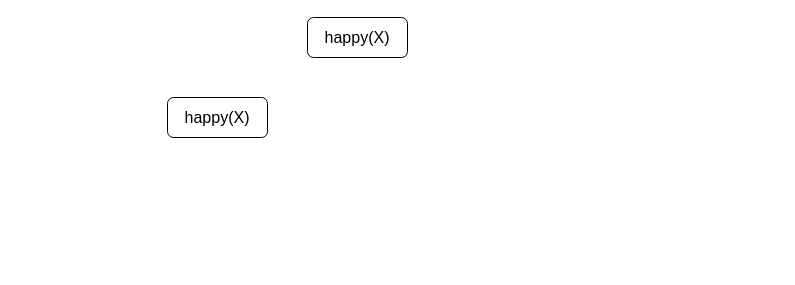
Zhang-Liao/draw-io keeps this draw.io diagram as aleph.drawio. Above is the earlier version. Source tidied: cells renumbered, new cells numbered last; positions are measured from the earlier drawing's top-left corner, leaving out a move shared by most shapes. Both pictures are drawn from the tidied source at 100%, with x=0, y=0 at pixel (167, 17).
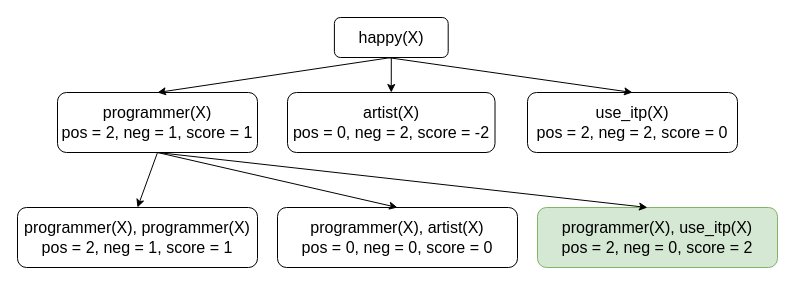
The same diagram, later.

The edit, as a diff of the source:
```diff
@@
 <mxGraphModel>
   <root>
     <mxCell id="0" />
     <mxCell id="1" parent="0" />
     <mxCell id="2" value="&lt;font style=&quot;font-size: 16px;&quot;&gt;happy(X)&lt;/font&gt;" style="rounded=1;whiteSpace=wrap;html=1;" parent="1" vertex="1">
-      <mxGeometry x="140" width="100" height="40" as="geometry" />
+      <mxGeometry x="166.9" width="113.8" height="40" as="geometry" />
     </mxCell>
-    <mxCell id="3" value="&lt;font style=&quot;font-size: 16px;&quot;&gt;happy(X)&lt;/font&gt;" style="rounded=1;whiteSpace=wrap;html=1;" parent="1" vertex="1">
-      <mxGeometry y="80" width="100" height="40" as="geometry" />
+    <mxCell id="3" value="&lt;font style=&quot;font-size: 16px;&quot;&gt;programmer(X)&lt;/font&gt;&lt;div&gt;&lt;font style=&quot;font-size: 16px;&quot;&gt;pos = 2, neg = 1, score = 1&lt;/font&gt;&lt;/div&gt;" style="rounded=1;whiteSpace=wrap;html=1;" parent="1" vertex="1">
+      <mxGeometry x="-110" y="75" width="200" height="60" as="geometry" />
     </mxCell>
+    <mxCell id="4" value="&lt;font style=&quot;font-size: 16px;&quot;&gt;artist(X)&lt;/font&gt;&lt;div&gt;&lt;font style=&quot;font-size: 16px;&quot;&gt;pos = 0, neg = 2, score = -2&lt;/font&gt;&lt;/div&gt;" style="rounded=1;whiteSpace=wrap;html=1;" parent="1" vertex="1">
+      <mxGeometry x="120" y="75" width="207.5" height="60" as="geometry" />
+    </mxCell>
+    <mxCell id="5" value="&lt;font style=&quot;font-size: 16px;&quot;&gt;use_itp(X)&lt;/font&gt;&lt;div&gt;&lt;font style=&quot;font-size: 16px;&quot;&gt;pos = 2, neg = 2, score = 0&lt;/font&gt;&lt;/div&gt;" style="rounded=1;whiteSpace=wrap;html=1;" parent="1" vertex="1">
+      <mxGeometry x="360" y="75" width="210" height="60" as="geometry" />
+    </mxCell>
+    <mxCell id="6" style="edgeStyle=orthogonalEdgeStyle;rounded=0;jettySize=auto;html=1;exitX=0.5;exitY=1;exitDx=0;exitDy=0;entryX=0.5;entryY=0;entryDx=0;entryDy=0;" parent="1" edge="1" source="2" target="4">
+      <mxGeometry relative="1" as="geometry" />
+    </mxCell>
+    <mxCell id="7" value="&lt;font style=&quot;font-size: 16px;&quot;&gt;programmer(X),&amp;nbsp;&lt;/font&gt;&lt;font style=&quot;font-size: 16px;&quot;&gt;programmer(X)&lt;/font&gt;&lt;div&gt;&lt;div&gt;&lt;font style=&quot;font-size: 16px;&quot;&gt;pos = 2, neg = 1, score = 1&lt;/font&gt;&lt;/div&gt;&lt;/div&gt;" style="rounded=1;whiteSpace=wrap;html=1;" parent="1" vertex="1">
+      <mxGeometry x="-150" y="190" width="240" height="60" as="geometry" />
+    </mxCell>
+    <mxCell id="8" value="&lt;font style=&quot;font-size: 16px;&quot;&gt;programmer(X),&amp;nbsp;&lt;/font&gt;&lt;font style=&quot;font-size: 16px;&quot;&gt;artist(X)&lt;/font&gt;&lt;div&gt;&lt;div&gt;&lt;font style=&quot;font-size: 16px;&quot;&gt;pos = 0, neg = 0, score = 0&lt;/font&gt;&lt;/div&gt;&lt;/div&gt;" style="rounded=1;whiteSpace=wrap;html=1;" parent="1" vertex="1">
+      <mxGeometry x="110" y="190" width="240" height="60" as="geometry" />
+    </mxCell>
+    <mxCell id="9" value="&lt;font style=&quot;font-size: 16px;&quot;&gt;programmer(X),&amp;nbsp;&lt;/font&gt;&lt;font style=&quot;font-size: 16px;&quot;&gt;use_itp(X)&lt;/font&gt;&lt;div&gt;&lt;div&gt;&lt;font style=&quot;font-size: 16px;&quot;&gt;pos = 2, neg = 0, score = 2&lt;/font&gt;&lt;/div&gt;&lt;/div&gt;" style="rounded=1;whiteSpace=wrap;html=1;fillColor=#d5e8d4;strokeColor=#82b366;" parent="1" vertex="1">
+      <mxGeometry x="370" y="190" width="240" height="60" as="geometry" />
+    </mxCell>
+    <mxCell id="10" style="endArrow=classic;html=1;rounded=0;exitX=0.5;exitY=1;exitDx=0;exitDy=0;entryX=0.5;entryY=0;entryDx=0;entryDy=0;" parent="1" edge="1" source="2" target="3">
+      <mxGeometry relative="1" as="geometry" />
+    </mxCell>
+    <mxCell id="11" style="endArrow=classic;html=1;rounded=0;entryX=0.5;entryY=0;entryDx=0;entryDy=0;" parent="1" edge="1" target="5">
+      <mxGeometry relative="1" as="geometry">
+        <mxPoint x="220" y="40" as="sourcePoint" />
+      </mxGeometry>
+    </mxCell>
+    <mxCell id="12" style="endArrow=classic;html=1;rounded=0;exitX=0.5;exitY=1;exitDx=0;exitDy=0;entryX=0.5;entryY=0;entryDx=0;entryDy=0;" parent="1" edge="1" source="3" target="7">
+      <mxGeometry relative="1" as="geometry" />
+    </mxCell>
+    <mxCell id="13" style="endArrow=classic;html=1;rounded=0;exitX=0.5;exitY=1;exitDx=0;exitDy=0;entryX=0.5;entryY=0;entryDx=0;entryDy=0;" parent="1" edge="1" source="3" target="8">
+      <mxGeometry relative="1" as="geometry" />
+    </mxCell>
+    <mxCell id="14" style="endArrow=classic;html=1;rounded=0;exitX=0.5;exitY=1;exitDx=0;exitDy=0;entryX=0.458;entryY=0;entryDx=0;entryDy=0;entryPerimeter=0;" parent="1" edge="1" source="3" target="9">
+      <mxGeometry relative="1" as="geometry" />
+    </mxCell>
   </root>
 </mxGraphModel>
```
